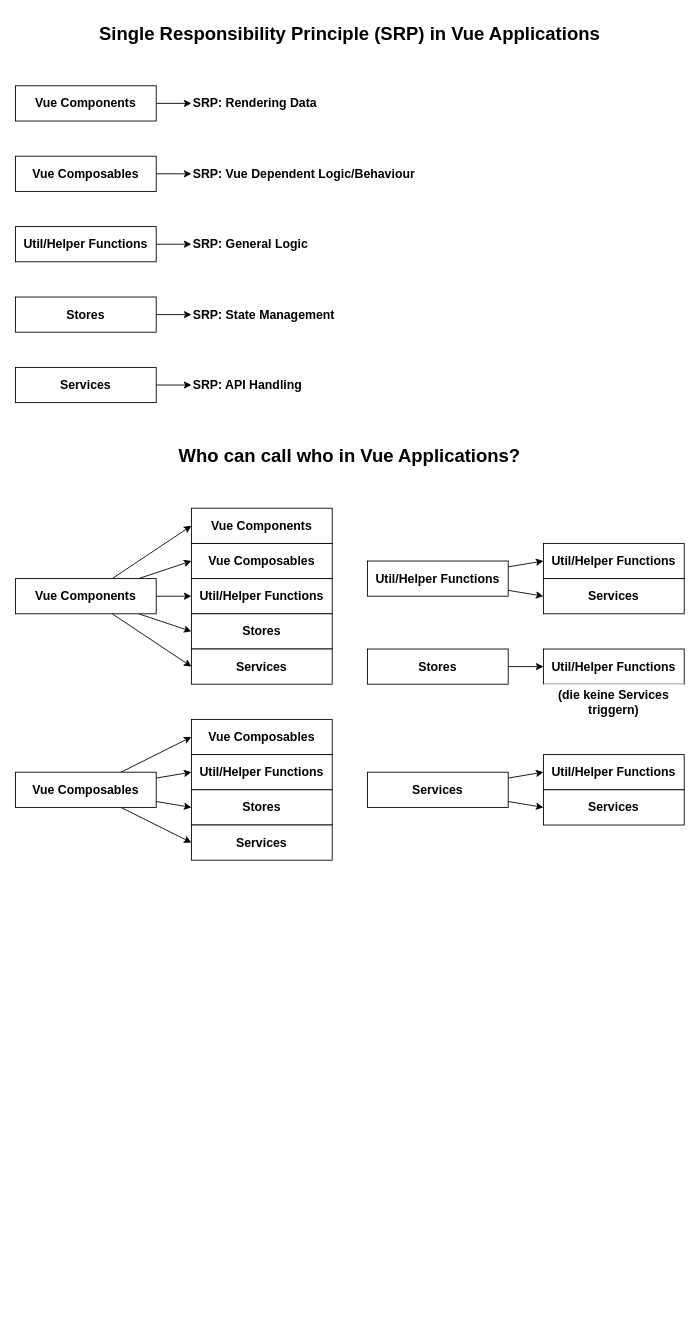
The draw.io diagram SingleResponsibilityPrincipleVue.drawio in kephalosk/drawio-diagrams, before the edit. Source tidied: cells renumbered, new cells numbered last; positions are measured from the earlier drawing's top-left corner, leaving out a move shared by most shapes. Both pictures are drawn from the tidied source at 88%, with x=0, y=0 at pixel (15, 15).
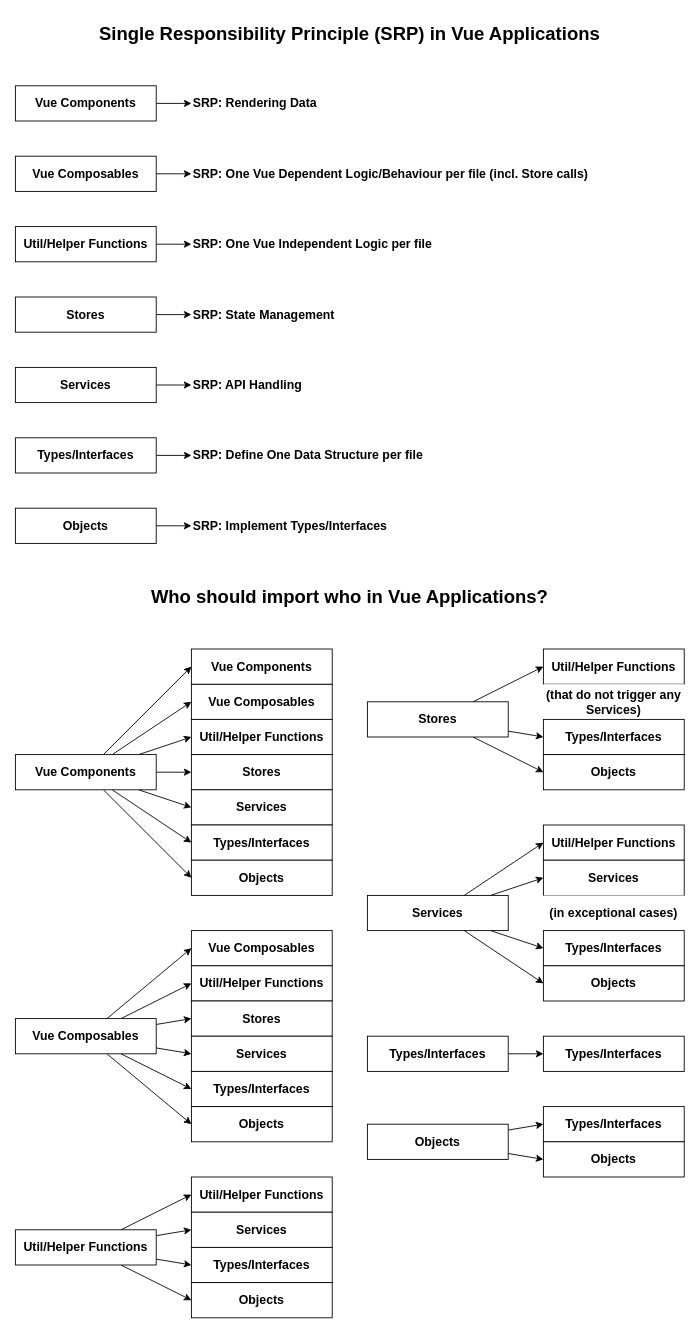
Above is the later version.

What changed in the source:
```diff
@@
     <mxCell id="5" value="&lt;b&gt;&lt;font style=&quot;font-size: 14px;&quot;&gt;SRP: Rendering Data&lt;/font&gt;&lt;/b&gt;" style="rounded=0;whiteSpace=wrap;html=1;strokeColor=none;align=left;" parent="1" vertex="1">
-      <mxGeometry x="200" y="80" width="280" height="40" as="geometry" />
+      <mxGeometry x="200" y="80" width="560" height="40" as="geometry" />
     </mxCell>
@@
-    <mxCell id="8" value="&lt;b&gt;&lt;font style=&quot;font-size: 14px;&quot;&gt;SRP: Vue Dependent Logic/Behaviour&lt;/font&gt;&lt;/b&gt;" style="rounded=0;whiteSpace=wrap;html=1;strokeColor=none;align=left;" parent="1" vertex="1">
-      <mxGeometry x="200" y="160" width="280" height="40" as="geometry" />
+    <mxCell id="8" value="&lt;b&gt;&lt;font style=&quot;font-size: 14px;&quot;&gt;SRP: One Vue Dependent Logic/Behaviour per file (incl. Store calls)&lt;/font&gt;&lt;/b&gt;" style="rounded=0;whiteSpace=wrap;html=1;strokeColor=none;align=left;" parent="1" vertex="1">
+      <mxGeometry x="200" y="160" width="560" height="40" as="geometry" />
     </mxCell>
@@
-    <mxCell id="11" value="&lt;b&gt;&lt;font style=&quot;font-size: 14px;&quot;&gt;SRP: General Logic&lt;/font&gt;&lt;/b&gt;" style="rounded=0;whiteSpace=wrap;html=1;strokeColor=none;align=left;" parent="1" vertex="1">
-      <mxGeometry x="200" y="240" width="280" height="40" as="geometry" />
+    <mxCell id="11" value="&lt;b&gt;&lt;font style=&quot;font-size: 14px;&quot;&gt;SRP: One Vue Independent Logic per file&lt;/font&gt;&lt;/b&gt;" style="rounded=0;whiteSpace=wrap;html=1;strokeColor=none;align=left;" parent="1" vertex="1">
+      <mxGeometry x="200" y="240" width="560" height="40" as="geometry" />
     </mxCell>
@@
     <mxCell id="14" value="&lt;b&gt;&lt;font style=&quot;font-size: 14px;&quot;&gt;SRP: State Management&lt;/font&gt;&lt;/b&gt;" style="rounded=0;whiteSpace=wrap;html=1;strokeColor=none;align=left;" parent="1" vertex="1">
-      <mxGeometry x="200" y="320" width="280" height="40" as="geometry" />
+      <mxGeometry x="200" y="320" width="560" height="40" as="geometry" />
     </mxCell>
@@
     <mxCell id="17" value="&lt;b&gt;&lt;font style=&quot;font-size: 14px;&quot;&gt;SRP: API Handling&lt;/font&gt;&lt;/b&gt;" style="rounded=0;whiteSpace=wrap;html=1;strokeColor=none;align=left;" parent="1" vertex="1">
-      <mxGeometry x="200" y="400" width="280" height="40" as="geometry" />
+      <mxGeometry x="200" y="400" width="560" height="40" as="geometry" />
     </mxCell>
@@
+    <mxCell id="53" style="rounded=0;jettySize=auto;html=1;entryX=0;entryY=0.5;entryDx=0;entryDy=0;" parent="1" edge="1" source="23" target="70">
+      <mxGeometry relative="1" as="geometry" />
+    </mxCell>
+    <mxCell id="54" style="rounded=0;jettySize=auto;html=1;entryX=0;entryY=0.5;entryDx=0;entryDy=0;" parent="1" edge="1" source="23" target="71">
+      <mxGeometry relative="1" as="geometry" />
+    </mxCell>
     <mxCell id="23" value="&lt;b&gt;&lt;font style=&quot;font-size: 14px;&quot;&gt;Vue Components&lt;/font&gt;&lt;/b&gt;" style="rounded=0;whiteSpace=wrap;html=1;" parent="1" vertex="1">
-      <mxGeometry y="640" width="160" height="40" as="geometry" />
+      <mxGeometry y="840" width="160" height="40" as="geometry" />
     </mxCell>
     <mxCell id="24" value="&lt;b&gt;&lt;font style=&quot;font-size: 14px;&quot;&gt;Vue Composables&lt;/font&gt;&lt;/b&gt;" style="rounded=0;whiteSpace=wrap;html=1;" parent="1" vertex="1">
-      <mxGeometry x="200" y="600" width="160" height="40" as="geometry" />
+      <mxGeometry x="200" y="760" width="160" height="40" as="geometry" />
     </mxCell>
     <mxCell id="25" value="&lt;b&gt;&lt;font style=&quot;font-size: 14px;&quot;&gt;Util/Helper Functions&lt;/font&gt;&lt;/b&gt;" style="rounded=0;whiteSpace=wrap;html=1;" parent="1" vertex="1">
-      <mxGeometry x="200" y="640" width="160" height="40" as="geometry" />
+      <mxGeometry x="200" y="800" width="160" height="40" as="geometry" />
     </mxCell>
     <mxCell id="26" value="&lt;b&gt;&lt;font style=&quot;font-size: 14px;&quot;&gt;Stores&lt;/font&gt;&lt;/b&gt;" style="rounded=0;whiteSpace=wrap;html=1;" parent="1" vertex="1">
-      <mxGeometry x="200" y="680" width="160" height="40" as="geometry" />
+      <mxGeometry x="200" y="840" width="160" height="40" as="geometry" />
     </mxCell>
     <mxCell id="27" value="&lt;b&gt;&lt;font style=&quot;font-size: 14px;&quot;&gt;Vue Components&lt;/font&gt;&lt;/b&gt;" style="rounded=0;whiteSpace=wrap;html=1;" parent="1" vertex="1">
-      <mxGeometry x="200" y="560" width="160" height="40" as="geometry" />
+      <mxGeometry x="200" y="720" width="160" height="40" as="geometry" />
     </mxCell>
     <mxCell id="28" value="&lt;b&gt;&lt;font style=&quot;font-size: 14px;&quot;&gt;Services&lt;/font&gt;&lt;/b&gt;" style="rounded=0;whiteSpace=wrap;html=1;" parent="1" vertex="1">
-      <mxGeometry x="200" y="720" width="160" height="40" as="geometry" />
+      <mxGeometry x="200" y="880" width="160" height="40" as="geometry" />
     </mxCell>
@@
+    <mxCell id="55" style="rounded=0;jettySize=auto;html=1;entryX=0;entryY=0.5;entryDx=0;entryDy=0;" parent="1" edge="1" source="33" target="72">
+      <mxGeometry relative="1" as="geometry" />
+    </mxCell>
+    <mxCell id="56" style="rounded=0;jettySize=auto;html=1;entryX=0;entryY=0.5;entryDx=0;entryDy=0;" parent="1" edge="1" source="33" target="73">
+      <mxGeometry relative="1" as="geometry" />
+    </mxCell>
     <mxCell id="33" value="&lt;b&gt;&lt;font style=&quot;font-size: 14px;&quot;&gt;Vue Composables&lt;/font&gt;&lt;/b&gt;" style="rounded=0;whiteSpace=wrap;html=1;" parent="1" vertex="1">
-      <mxGeometry y="860" width="160" height="40" as="geometry" />
+      <mxGeometry y="1140" width="160" height="40" as="geometry" />
     </mxCell>
     <mxCell id="34" value="&lt;b&gt;&lt;font style=&quot;font-size: 14px;&quot;&gt;Vue Composables&lt;/font&gt;&lt;/b&gt;" style="rounded=0;whiteSpace=wrap;html=1;" parent="1" vertex="1">
-      <mxGeometry x="200" y="800" width="160" height="40" as="geometry" />
+      <mxGeometry x="200" y="1040" width="160" height="40" as="geometry" />
     </mxCell>
     <mxCell id="35" value="&lt;b&gt;&lt;font style=&quot;font-size: 14px;&quot;&gt;Util/Helper Functions&lt;/font&gt;&lt;/b&gt;" style="rounded=0;whiteSpace=wrap;html=1;" parent="1" vertex="1">
-      <mxGeometry x="200" y="840" width="160" height="40" as="geometry" />
+      <mxGeometry x="200" y="1080" width="160" height="40" as="geometry" />
     </mxCell>
     <mxCell id="36" value="&lt;b&gt;&lt;font style=&quot;font-size: 14px;&quot;&gt;Stores&lt;/font&gt;&lt;/b&gt;" style="rounded=0;whiteSpace=wrap;html=1;" parent="1" vertex="1">
-      <mxGeometry x="200" y="880" width="160" height="40" as="geometry" />
+      <mxGeometry x="200" y="1120" width="160" height="40" as="geometry" />
     </mxCell>
     <mxCell id="37" value="&lt;b&gt;&lt;font style=&quot;font-size: 14px;&quot;&gt;Services&lt;/font&gt;&lt;/b&gt;" style="rounded=0;whiteSpace=wrap;html=1;" parent="1" vertex="1">
-      <mxGeometry x="200" y="920" width="160" height="40" as="geometry" />
+      <mxGeometry x="200" y="1160" width="160" height="40" as="geometry" />
     </mxCell>
@@
+    <mxCell id="57" style="rounded=0;jettySize=auto;html=1;entryX=0;entryY=0.5;entryDx=0;entryDy=0;" parent="1" edge="1" source="40" target="74">
+      <mxGeometry relative="1" as="geometry" />
+    </mxCell>
+    <mxCell id="58" style="rounded=0;jettySize=auto;html=1;entryX=0;entryY=0.5;entryDx=0;entryDy=0;" parent="1" edge="1" source="40" target="75">
+      <mxGeometry relative="1" as="geometry" />
+    </mxCell>
     <mxCell id="40" value="&lt;b&gt;&lt;font style=&quot;font-size: 14px;&quot;&gt;Util/Helper Functions&lt;/font&gt;&lt;/b&gt;" style="rounded=0;whiteSpace=wrap;html=1;" parent="1" vertex="1">
-      <mxGeometry x="400" y="620" width="160" height="40" as="geometry" />
+      <mxGeometry y="1380" width="160" height="40" as="geometry" />
     </mxCell>
     <mxCell id="41" value="&lt;b&gt;&lt;font style=&quot;font-size: 14px;&quot;&gt;Util/Helper Functions&lt;/font&gt;&lt;/b&gt;" style="rounded=0;whiteSpace=wrap;html=1;" parent="1" vertex="1">
-      <mxGeometry x="600" y="600" width="160" height="40" as="geometry" />
+      <mxGeometry x="200" y="1320" width="160" height="40" as="geometry" />
     </mxCell>
     <mxCell id="42" value="&lt;b&gt;&lt;font style=&quot;font-size: 14px;&quot;&gt;Services&lt;/font&gt;&lt;/b&gt;" style="rounded=0;whiteSpace=wrap;html=1;" parent="1" vertex="1">
-      <mxGeometry x="600" y="640" width="160" height="40" as="geometry" />
+      <mxGeometry x="200" y="1360" width="160" height="40" as="geometry" />
     </mxCell>
@@
+    <mxCell id="59" style="rounded=0;jettySize=auto;html=1;entryX=0;entryY=0.5;entryDx=0;entryDy=0;" parent="1" edge="1" source="44" target="76">
+      <mxGeometry relative="1" as="geometry" />
+    </mxCell>
+    <mxCell id="60" style="rounded=0;jettySize=auto;html=1;entryX=0;entryY=0.5;entryDx=0;entryDy=0;" parent="1" edge="1" source="44" target="77">
+      <mxGeometry relative="1" as="geometry" />
+    </mxCell>
     <mxCell id="44" value="&lt;b&gt;&lt;font style=&quot;font-size: 14px;&quot;&gt;Stores&lt;/font&gt;&lt;/b&gt;" style="rounded=0;whiteSpace=wrap;html=1;" parent="1" vertex="1">
-      <mxGeometry x="400" y="720" width="160" height="40" as="geometry" />
+      <mxGeometry x="400" y="780" width="160" height="40" as="geometry" />
     </mxCell>
@@
+    <mxCell id="61" style="rounded=0;jettySize=auto;html=1;entryX=0;entryY=0.5;entryDx=0;entryDy=0;" parent="1" edge="1" source="48" target="78">
+      <mxGeometry relative="1" as="geometry" />
+    </mxCell>
+    <mxCell id="62" style="rounded=0;jettySize=auto;html=1;entryX=0;entryY=0.5;entryDx=0;entryDy=0;" parent="1" edge="1" source="48" target="79">
+      <mxGeometry relative="1" as="geometry" />
+    </mxCell>
     <mxCell id="48" value="&lt;b&gt;&lt;font style=&quot;font-size: 14px;&quot;&gt;Services&lt;/font&gt;&lt;/b&gt;" style="rounded=0;whiteSpace=wrap;html=1;" parent="1" vertex="1">
-      <mxGeometry x="400" y="860" width="160" height="40" as="geometry" />
+      <mxGeometry x="400" y="1000" width="160" height="40" as="geometry" />
     </mxCell>
     <mxCell id="49" value="&lt;b&gt;&lt;font style=&quot;font-size: 14px;&quot;&gt;Util/Helper Functions&lt;/font&gt;&lt;/b&gt;" style="rounded=0;whiteSpace=wrap;html=1;" parent="1" vertex="1">
-      <mxGeometry x="600" y="840" width="160" height="40" as="geometry" />
+      <mxGeometry x="600" y="920" width="160" height="40" as="geometry" />
     </mxCell>
     <mxCell id="50" value="&lt;b&gt;&lt;font style=&quot;font-size: 14px;&quot;&gt;Services&lt;/font&gt;&lt;/b&gt;" style="rounded=0;whiteSpace=wrap;html=1;" parent="1" vertex="1">
-      <mxGeometry x="600" y="880" width="160" height="40" as="geometry" />
+      <mxGeometry x="600" y="960" width="160" height="40" as="geometry" />
     </mxCell>
-    <mxCell id="51" value="&lt;b&gt;&lt;font style=&quot;font-size: 21px;&quot;&gt;Who can call who in Vue Applications?&lt;/font&gt;&lt;/b&gt;" style="rounded=0;whiteSpace=wrap;html=1;strokeColor=none;" parent="1" vertex="1">
-      <mxGeometry y="480" width="760" height="40" as="geometry" />
+    <mxCell id="51" value="&lt;b&gt;&lt;font style=&quot;font-size: 21px;&quot;&gt;Who should import who in Vue Applications?&lt;/font&gt;&lt;/b&gt;" style="rounded=0;whiteSpace=wrap;html=1;strokeColor=none;" parent="1" vertex="1">
+      <mxGeometry y="640" width="760" height="40" as="geometry" />
     </mxCell>
-    <mxCell id="52" value="&lt;b&gt;&lt;font style=&quot;font-size: 14px;&quot;&gt;(die keine Services triggern)&lt;/font&gt;&lt;/b&gt;" style="rounded=0;whiteSpace=wrap;html=1;strokeColor=none;fontColor=#000000;" parent="1" vertex="1">
+    <mxCell id="52" value="&lt;b&gt;&lt;font style=&quot;font-size: 14px;&quot;&gt;(that do not trigger any Services)&lt;/font&gt;&lt;/b&gt;" style="rounded=0;whiteSpace=wrap;html=1;strokeColor=none;fontColor=#000000;" parent="1" vertex="1">
       <mxGeometry x="600" y="760" width="160" height="40" as="geometry" />
     </mxCell>
+    <mxCell id="63" value="&lt;b&gt;&lt;font style=&quot;font-size: 14px;&quot;&gt;(in exceptional cases)&lt;/font&gt;&lt;/b&gt;" style="rounded=0;whiteSpace=wrap;html=1;strokeColor=none;fontColor=#000000;" parent="1" vertex="1">
+      <mxGeometry x="600" y="1000" width="160" height="40" as="geometry" />
+    </mxCell>
+    <mxCell id="64" style="rounded=0;jettySize=auto;html=1;" parent="1" edge="1" source="65" target="66">
+      <mxGeometry relative="1" as="geometry" />
+    </mxCell>
+    <mxCell id="65" value="&lt;b&gt;&lt;font style=&quot;font-size: 14px;&quot;&gt;Types/Interfaces&lt;/font&gt;&lt;/b&gt;" style="rounded=0;whiteSpace=wrap;html=1;" parent="1" vertex="1">
+      <mxGeometry y="480" width="160" height="40" as="geometry" />
+    </mxCell>
+    <mxCell id="66" value="&lt;b&gt;&lt;font style=&quot;font-size: 14px;&quot;&gt;SRP: Define One Data Structure per file&lt;/font&gt;&lt;/b&gt;" style="rounded=0;whiteSpace=wrap;html=1;strokeColor=none;align=left;" parent="1" vertex="1">
+      <mxGeometry x="200" y="480" width="560" height="40" as="geometry" />
+    </mxCell>
+    <mxCell id="67" style="rounded=0;jettySize=auto;html=1;" parent="1" edge="1" source="68" target="69">
+      <mxGeometry relative="1" as="geometry" />
+    </mxCell>
+    <mxCell id="68" value="&lt;b&gt;&lt;font style=&quot;font-size: 14px;&quot;&gt;Objects&lt;/font&gt;&lt;/b&gt;" style="rounded=0;whiteSpace=wrap;html=1;" parent="1" vertex="1">
+      <mxGeometry y="560" width="160" height="40" as="geometry" />
+    </mxCell>
+    <mxCell id="69" value="&lt;b&gt;&lt;font style=&quot;font-size: 14px;&quot;&gt;SRP: Implement Types/Interfaces&lt;/font&gt;&lt;/b&gt;" style="rounded=0;whiteSpace=wrap;html=1;strokeColor=none;align=left;" parent="1" vertex="1">
+      <mxGeometry x="200" y="560" width="560" height="40" as="geometry" />
+    </mxCell>
+    <mxCell id="70" value="&lt;b&gt;&lt;font style=&quot;font-size: 14px;&quot;&gt;Types/Interfaces&lt;/font&gt;&lt;/b&gt;" style="rounded=0;whiteSpace=wrap;html=1;" parent="1" vertex="1">
+      <mxGeometry x="200" y="920" width="160" height="40" as="geometry" />
+    </mxCell>
+    <mxCell id="71" value="&lt;b&gt;&lt;font style=&quot;font-size: 14px;&quot;&gt;Objects&lt;/font&gt;&lt;/b&gt;" style="rounded=0;whiteSpace=wrap;html=1;" parent="1" vertex="1">
+      <mxGeometry x="200" y="960" width="160" height="40" as="geometry" />
+    </mxCell>
+    <mxCell id="72" value="&lt;b&gt;&lt;font style=&quot;font-size: 14px;&quot;&gt;Types/Interfaces&lt;/font&gt;&lt;/b&gt;" style="rounded=0;whiteSpace=wrap;html=1;" parent="1" vertex="1">
+      <mxGeometry x="200" y="1200" width="160" height="40" as="geometry" />
+    </mxCell>
+    <mxCell id="73" value="&lt;b&gt;&lt;font style=&quot;font-size: 14px;&quot;&gt;Objects&lt;/font&gt;&lt;/b&gt;" style="rounded=0;whiteSpace=wrap;html=1;" parent="1" vertex="1">
+      <mxGeometry x="200" y="1240" width="160" height="40" as="geometry" />
+    </mxCell>
+    <mxCell id="74" value="&lt;b&gt;&lt;font style=&quot;font-size: 14px;&quot;&gt;Types/Interfaces&lt;/font&gt;&lt;/b&gt;" style="rounded=0;whiteSpace=wrap;html=1;" parent="1" vertex="1">
+      <mxGeometry x="200" y="1400" width="160" height="40" as="geometry" />
+    </mxCell>
+    <mxCell id="75" value="&lt;b&gt;&lt;font style=&quot;font-size: 14px;&quot;&gt;Objects&lt;/font&gt;&lt;/b&gt;" style="rounded=0;whiteSpace=wrap;html=1;" parent="1" vertex="1">
+      <mxGeometry x="200" y="1440" width="160" height="40" as="geometry" />
+    </mxCell>
+    <mxCell id="76" value="&lt;b&gt;&lt;font style=&quot;font-size: 14px;&quot;&gt;Types/Interfaces&lt;/font&gt;&lt;/b&gt;" style="rounded=0;whiteSpace=wrap;html=1;" parent="1" vertex="1">
+      <mxGeometry x="600" y="800" width="160" height="40" as="geometry" />
+    </mxCell>
+    <mxCell id="77" value="&lt;b&gt;&lt;font style=&quot;font-size: 14px;&quot;&gt;Objects&lt;/font&gt;&lt;/b&gt;" style="rounded=0;whiteSpace=wrap;html=1;" parent="1" vertex="1">
+      <mxGeometry x="600" y="840" width="160" height="40" as="geometry" />
+    </mxCell>
+    <mxCell id="78" value="&lt;b&gt;&lt;font style=&quot;font-size: 14px;&quot;&gt;Types/Interfaces&lt;/font&gt;&lt;/b&gt;" style="rounded=0;whiteSpace=wrap;html=1;" parent="1" vertex="1">
+      <mxGeometry x="600" y="1040" width="160" height="40" as="geometry" />
+    </mxCell>
+    <mxCell id="79" value="&lt;b&gt;&lt;font style=&quot;font-size: 14px;&quot;&gt;Objects&lt;/font&gt;&lt;/b&gt;" style="rounded=0;whiteSpace=wrap;html=1;" parent="1" vertex="1">
+      <mxGeometry x="600" y="1080" width="160" height="40" as="geometry" />
+    </mxCell>
+    <mxCell id="80" style="rounded=0;jettySize=auto;html=1;entryX=0;entryY=0.5;entryDx=0;entryDy=0;" parent="1" edge="1" source="81" target="82">
+      <mxGeometry relative="1" as="geometry" />
+    </mxCell>
+    <mxCell id="81" value="&lt;b&gt;&lt;font style=&quot;font-size: 14px;&quot;&gt;Types/Interfaces&lt;/font&gt;&lt;/b&gt;" style="rounded=0;whiteSpace=wrap;html=1;" parent="1" vertex="1">
+      <mxGeometry x="400" y="1160" width="160" height="40" as="geometry" />
+    </mxCell>
+    <mxCell id="82" value="&lt;b&gt;&lt;font style=&quot;font-size: 14px;&quot;&gt;Types/Interfaces&lt;/font&gt;&lt;/b&gt;" style="rounded=0;whiteSpace=wrap;html=1;" parent="1" vertex="1">
+      <mxGeometry x="600" y="1160" width="160" height="40" as="geometry" />
+    </mxCell>
+    <mxCell id="83" style="rounded=0;jettySize=auto;html=1;entryX=0;entryY=0.5;entryDx=0;entryDy=0;" parent="1" edge="1" source="85" target="86">
+      <mxGeometry relative="1" as="geometry" />
+    </mxCell>
+    <mxCell id="84" style="rounded=0;jettySize=auto;html=1;entryX=0;entryY=0.5;entryDx=0;entryDy=0;" parent="1" edge="1" source="85" target="87">
+      <mxGeometry relative="1" as="geometry" />
+    </mxCell>
+    <mxCell id="85" value="&lt;b&gt;&lt;font style=&quot;font-size: 14px;&quot;&gt;Objects&lt;/font&gt;&lt;/b&gt;" style="rounded=0;whiteSpace=wrap;html=1;" parent="1" vertex="1">
+      <mxGeometry x="400" y="1260" width="160" height="40" as="geometry" />
+    </mxCell>
+    <mxCell id="86" value="&lt;b&gt;&lt;font style=&quot;font-size: 14px;&quot;&gt;Types/Interfaces&lt;/font&gt;&lt;/b&gt;" style="rounded=0;whiteSpace=wrap;html=1;" parent="1" vertex="1">
+      <mxGeometry x="600" y="1240" width="160" height="40" as="geometry" />
+    </mxCell>
+    <mxCell id="87" value="&lt;b&gt;&lt;font style=&quot;font-size: 14px;&quot;&gt;Objects&lt;/font&gt;&lt;/b&gt;" style="rounded=0;whiteSpace=wrap;html=1;" parent="1" vertex="1">
+      <mxGeometry x="600" y="1280" width="160" height="40" as="geometry" />
+    </mxCell>
```
